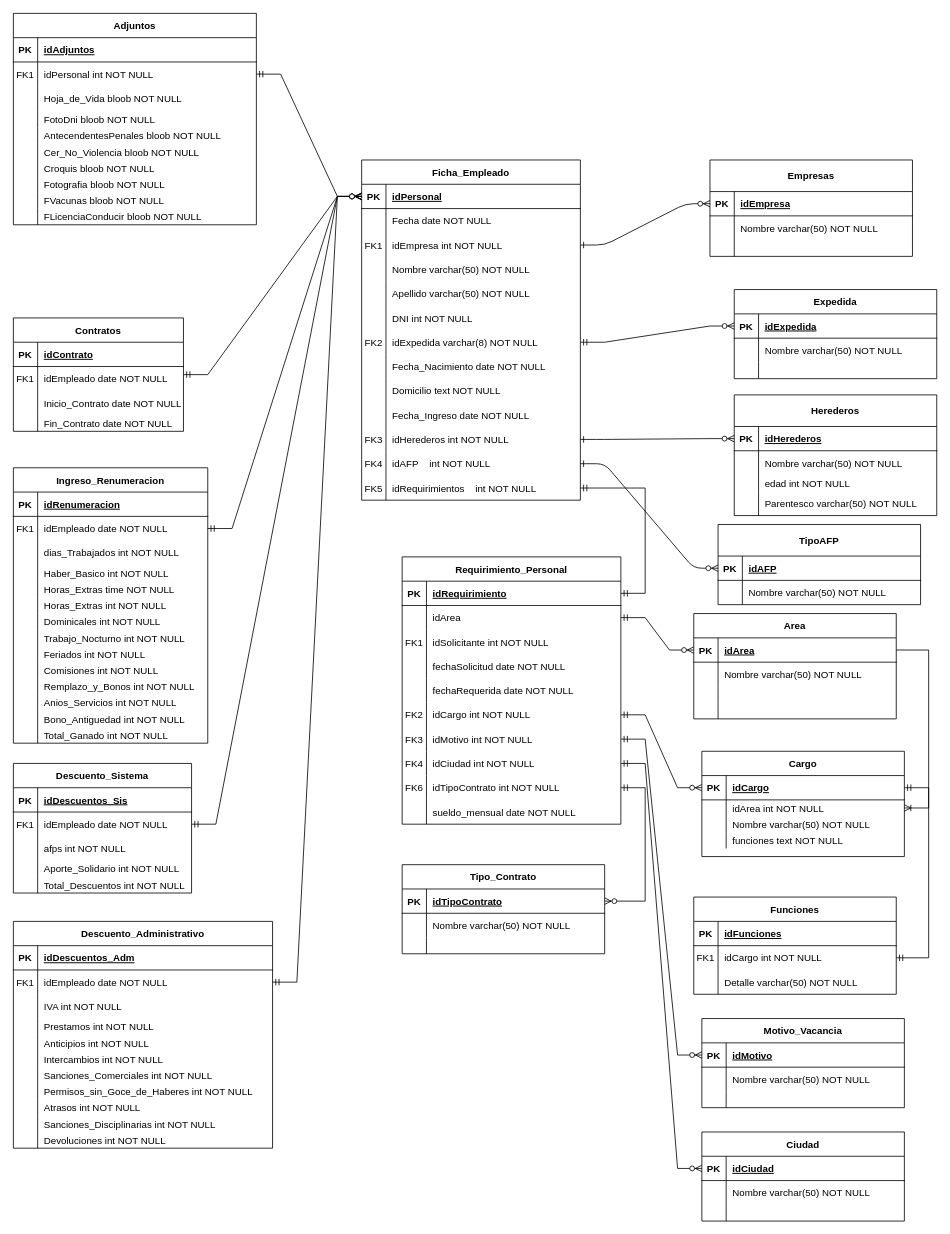
tomyivan/diagramas-DB keeps this draw.io diagram as Diagrama sin título.drawio. Above is the earlier version. Source tidied: cells renumbered, new cells numbered last; positions are measured from the earlier drawing's top-left corner, leaving out a move shared by most shapes. Both pictures are drawn from the tidied source at 81%, with x=0, y=0 at pixel (13, 13).
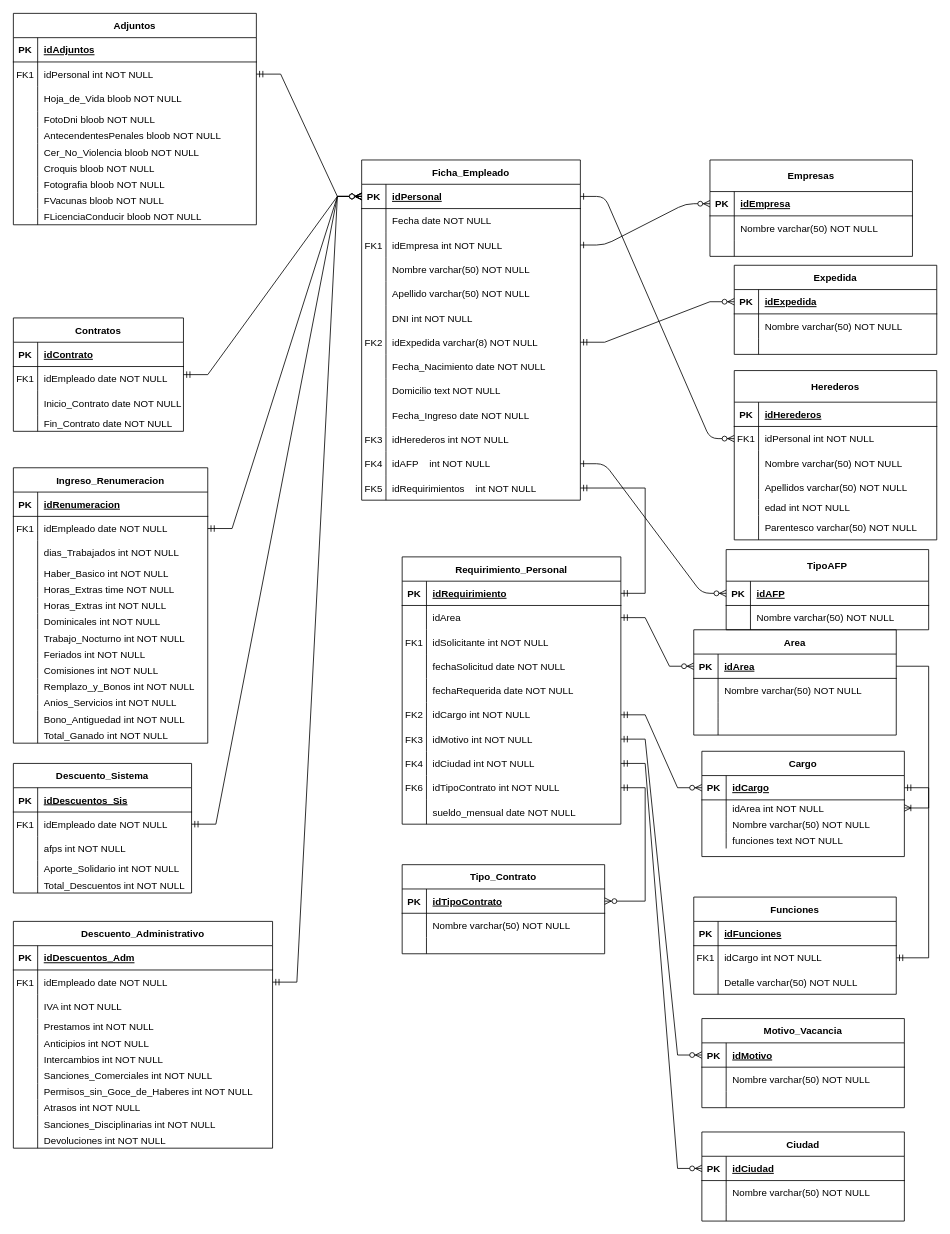
Above is the later version.

The change refers to these unchanged cells:
```xml
<mxCell id="13" style="shape=partialRectangle;fillColor=none;points=[[0,0.5],[1,0.5]];portConstraint=eastwest;top=0;left=0;right=0;bottom=1;" parent="12" vertex="1">
  <mxGeometry y="30" width="270" height="30" as="geometry" />
</mxCell>
<mxCell id="43" style="shape=partialRectangle;fillColor=none;points=[[0,0.5],[1,0.5]];portConstraint=eastwest;top=0;left=0;right=0;bottom=0;" parent="12" vertex="1">
  <mxGeometry y="330" width="270" height="30" as="geometry" />
</mxCell>
<mxCell id="278" style="shape=partialRectangle;fillColor=none;points=[[0,0.5],[1,0.5]];portConstraint=eastwest;top=0;left=0;right=0;bottom=1;" parent="277" vertex="1">
  <mxGeometry y="39" width="250" height="30" as="geometry" />
</mxCell>
<mxCell id="281" style="shape=partialRectangle;fillColor=none;points=[[0,0.5],[1,0.5]];portConstraint=eastwest;top=0;left=0;right=0;bottom=0;" parent="277" vertex="1">
  <mxGeometry y="69" width="250" height="30" as="geometry" />
</mxCell>
```

Change to the diagram source:
```diff
@@
     <mxCell id="63" value="Area" style="shape=table;startSize=30;childLayout=tableLayout;rowLines=0;fontStyle=1;align=center;" parent="1" vertex="1">
-      <mxGeometry x="840" y="741" width="250" height="130" as="geometry" />
+      <mxGeometry x="840" y="761" width="250" height="130" as="geometry" />
     </mxCell>
@@
     <mxCell id="76" value="Expedida" style="shape=table;startSize=30;childLayout=tableLayout;rowLines=0;fontStyle=1;align=center;" parent="1" vertex="1">
-      <mxGeometry x="890" y="341" width="250" height="110" as="geometry" />
+      <mxGeometry x="890" y="311" width="250" height="110" as="geometry" />
     </mxCell>
@@
     <mxCell id="277" value="Herederos" style="shape=table;startSize=39;childLayout=tableLayout;rowLines=0;fontStyle=1;align=center;" parent="1" vertex="1">
-      <mxGeometry x="890" y="471" width="250" height="149" as="geometry" />
+      <mxGeometry x="890" y="441" width="250" height="209" as="geometry" />
     </mxCell>
@@
-    <mxCell id="282" style="shape=partialRectangle;overflow=hidden;fillColor=none;top=0;left=0;bottom=0;right=0;" parent="281" vertex="1">
+    <mxCell id="282" value="FK1" style="shape=partialRectangle;overflow=hidden;fillColor=none;top=0;left=0;bottom=0;right=0;" parent="281" vertex="1">
       <mxGeometry width="30" height="30" as="geometry" />
     </mxCell>
-    <mxCell id="283" value="Nombre varchar(50) NOT NULL" style="shape=partialRectangle;overflow=hidden;fillColor=none;top=0;left=0;bottom=0;right=0;align=left;spacingLeft=6;" parent="281" vertex="1">
+    <mxCell id="283" value="idPersonal int NOT NULL" style="shape=partialRectangle;overflow=hidden;fillColor=none;top=0;left=0;bottom=0;right=0;align=left;spacingLeft=6;" parent="281" vertex="1">
       <mxGeometry x="30" width="220" height="30" as="geometry" />
     </mxCell>
+    <mxCell id="333" style="shape=partialRectangle;fillColor=none;top=0;left=0;right=0;bottom=0;" parent="277" vertex="1">
+      <mxGeometry y="99" width="250" height="30" as="geometry" />
+    </mxCell>
+    <mxCell id="334" style="shape=partialRectangle;overflow=hidden;fillColor=none;top=0;left=0;bottom=0;right=0;" parent="333" vertex="1">
+      <mxGeometry width="30" height="30" as="geometry" />
+    </mxCell>
+    <mxCell id="335" value="Nombre varchar(50) NOT NULL" style="shape=partialRectangle;overflow=hidden;fillColor=none;top=0;left=0;bottom=0;right=0;align=left;spacingLeft=6;" parent="333" vertex="1">
+      <mxGeometry x="30" width="220" height="30" as="geometry" />
+    </mxCell>
+    <mxCell id="336" style="shape=partialRectangle;fillColor=none;top=0;left=0;right=0;bottom=0;" parent="277" vertex="1">
+      <mxGeometry y="129" width="250" height="30" as="geometry" />
+    </mxCell>
+    <mxCell id="337" style="shape=partialRectangle;overflow=hidden;fillColor=none;top=0;left=0;bottom=0;right=0;" parent="336" vertex="1">
+      <mxGeometry width="30" height="30" as="geometry" />
+    </mxCell>
+    <mxCell id="338" value="Apellidos varchar(50) NOT NULL" style="shape=partialRectangle;overflow=hidden;fillColor=none;top=0;left=0;bottom=0;right=0;align=left;spacingLeft=6;" parent="336" vertex="1">
+      <mxGeometry x="30" width="220" height="30" as="geometry" />
+    </mxCell>
     <mxCell id="284" style="shape=partialRectangle;fillColor=none;top=0;left=0;right=0;bottom=0;" parent="277" vertex="1">
-      <mxGeometry y="99" width="250" height="20" as="geometry" />
+      <mxGeometry y="159" width="250" height="20" as="geometry" />
     </mxCell>
@@
     <mxCell id="287" style="shape=partialRectangle;fillColor=none;top=0;left=0;right=0;bottom=0;" parent="277" vertex="1">
-      <mxGeometry y="119" width="250" height="30" as="geometry" />
+      <mxGeometry y="179" width="250" height="30" as="geometry" />
     </mxCell>
@@
     <mxCell id="290" value="TipoAFP" style="shape=table;startSize=39;childLayout=tableLayout;rowLines=0;fontStyle=1;align=center;" parent="1" vertex="1">
-      <mxGeometry x="870" y="631" width="250" height="99" as="geometry" />
+      <mxGeometry x="880" y="662" width="250" height="99" as="geometry" />
     </mxCell>
@@
-    <mxCell id="297" style="edgeStyle=entityRelationEdgeStyle;endArrow=ERzeroToMany;startArrow=ERone;endFill=1;startFill=0;" parent="1" edge="1" source="43" target="278">
+    <mxCell id="297" style="edgeStyle=entityRelationEdgeStyle;endArrow=ERzeroToMany;startArrow=ERone;endFill=1;startFill=0;" parent="1" edge="1" source="13" target="281">
       <mxGeometry relative="1" as="geometry" />
     </mxCell>
```
